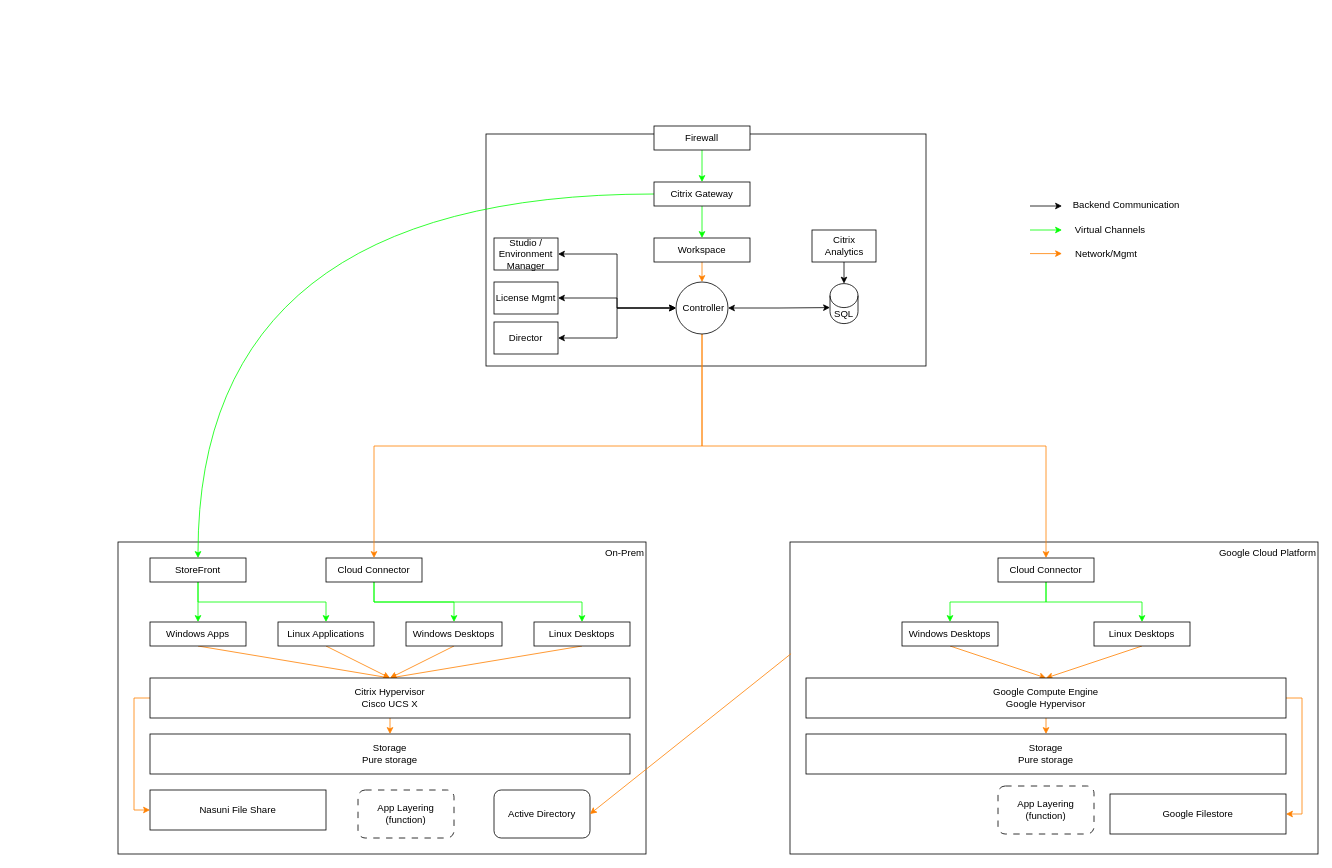
bpayt2/temp keeps this draw.io diagram as page "Ctrix DaaS High Level" (2 of 2) of images/compute.drawio. Above is the earlier version. Source tidied: cells renumbered, new cells numbered last; positions are measured from the earlier drawing's top-left corner, leaving out a move shared by most shapes. Both pictures are drawn from the tidied source at 80%, with x=0, y=0 at pixel (118, 126).
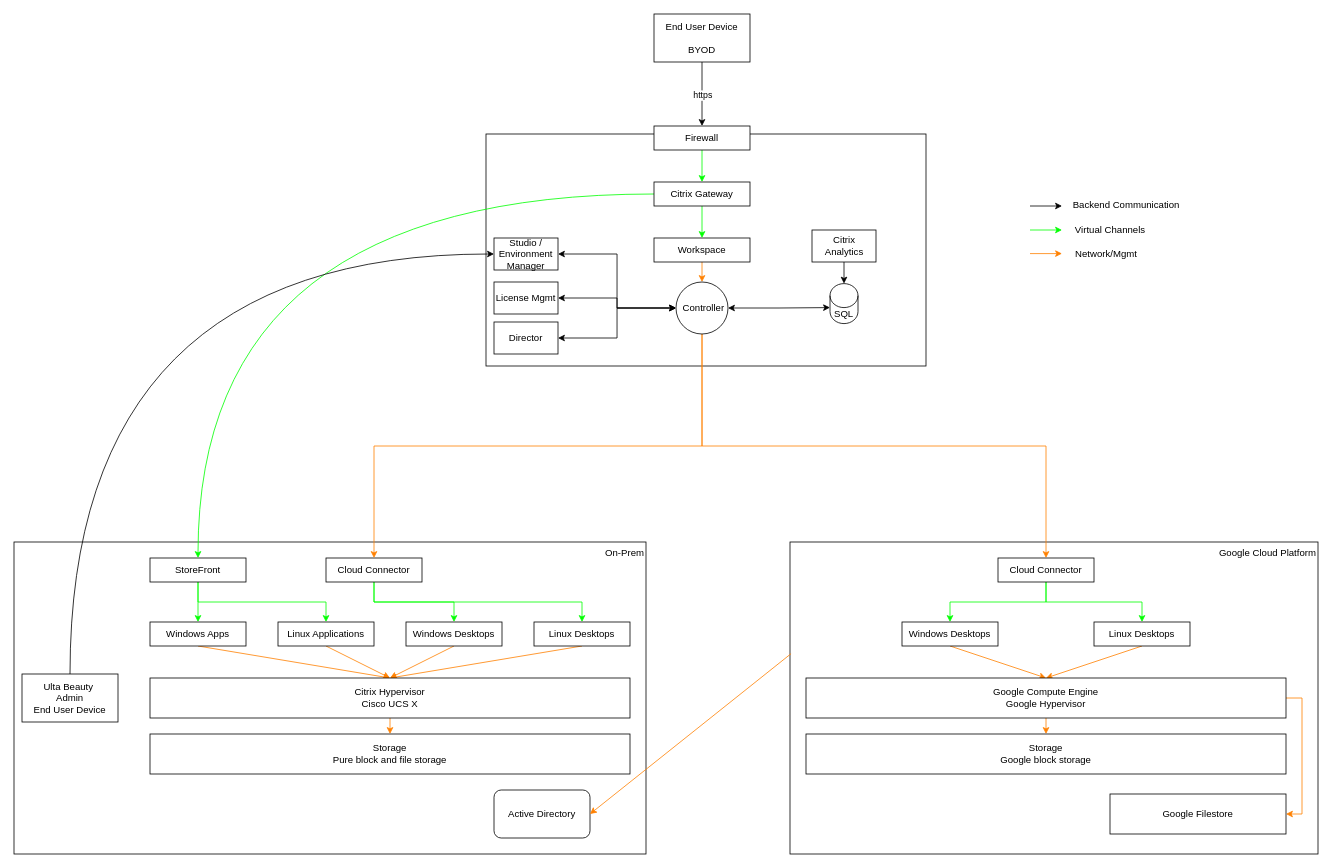
The same diagram, later.

The change refers to these unchanged cells:
```xml
<mxCell id="6" value="Firewall" style="rounded=0;whiteSpace=wrap;html=1;" parent="1" vertex="1">
  <mxGeometry x="670" width="120" height="30" as="geometry" />
</mxCell>
<mxCell id="23" value="Studio / Environment Manager" style="rounded=0;whiteSpace=wrap;html=1;" parent="1" vertex="1">
  <mxGeometry x="470" y="140" width="80" height="40" as="geometry" />
</mxCell>
<mxCell id="47" value="Citrix Hypervisor&lt;div&gt;Cisco UCS X&lt;/div&gt;" style="rounded=0;whiteSpace=wrap;html=1;" parent="1" vertex="1">
  <mxGeometry x="40" y="690" width="600" height="50" as="geometry" />
</mxCell>
```

The edit, as a diff of the source:
```diff
@@
     <mxCell id="3" value="On-Prem" style="rounded=0;whiteSpace=wrap;html=1;align=right;verticalAlign=top;" parent="1" vertex="1">
-      <mxGeometry y="520" width="660" height="390" as="geometry" />
+      <mxGeometry x="-130" y="520" width="790" height="390" as="geometry" />
     </mxCell>
@@
-    <mxCell id="46" style="edgeStyle=orthogonalEdgeStyle;rounded=0;jettySize=auto;html=1;exitX=0;exitY=0.5;exitDx=0;exitDy=0;entryX=0;entryY=0.5;entryDx=0;entryDy=0;strokeColor=#FF8000;" parent="1" edge="1" source="47" target="54">
-      <mxGeometry relative="1" as="geometry" />
-    </mxCell>
@@
-    <mxCell id="48" value="Storage&lt;div&gt;Pure storage&lt;/div&gt;" style="rounded=0;whiteSpace=wrap;html=1;" parent="1" vertex="1">
+    <mxCell id="48" value="Storage&lt;div&gt;Pure block and file storage&lt;/div&gt;" style="rounded=0;whiteSpace=wrap;html=1;" parent="1" vertex="1">
       <mxGeometry x="40" y="760" width="600" height="50" as="geometry" />
     </mxCell>
@@
-    <mxCell id="50" value="App Layering&lt;div&gt;(function)&lt;/div&gt;" style="rounded=1;whiteSpace=wrap;html=1;dashed=1;dashPattern=8 8;" parent="1" vertex="1">
-      <mxGeometry x="300" y="830" width="120" height="60" as="geometry" />
-    </mxCell>
@@
-    <mxCell id="54" value="Nasuni File Share" style="rounded=0;whiteSpace=wrap;html=1;" parent="1" vertex="1">
-      <mxGeometry x="40" y="830" width="220" height="50" as="geometry" />
-    </mxCell>
@@
-    <mxCell id="62" value="Storage&lt;div&gt;Pure storage&lt;/div&gt;" style="rounded=0;whiteSpace=wrap;html=1;" parent="1" vertex="1">
+    <mxCell id="62" value="Storage&lt;div&gt;Google block storage&lt;/div&gt;" style="rounded=0;whiteSpace=wrap;html=1;" parent="1" vertex="1">
       <mxGeometry x="860" y="760" width="600" height="50" as="geometry" />
     </mxCell>
@@
-    <mxCell id="64" value="App Layering&lt;div&gt;(function)&lt;/div&gt;" style="rounded=1;whiteSpace=wrap;html=1;dashed=1;dashPattern=8 8;" parent="1" vertex="1">
-      <mxGeometry x="1100" y="825" width="120" height="60" as="geometry" />
-    </mxCell>
@@
+    <mxCell id="66" style="edgeStyle=orthogonalEdgeStyle;rounded=0;jettySize=auto;html=1;exitX=0.5;exitY=1;exitDx=0;exitDy=0;entryX=0.5;entryY=0;entryDx=0;entryDy=0;" parent="1" edge="1" source="68" target="6">
+      <mxGeometry relative="1" as="geometry" />
+    </mxCell>
+    <mxCell id="67" value="https" style="edgeLabel;html=1;align=center;verticalAlign=middle;" parent="66" vertex="1">
+      <mxGeometry x="0.03" y="-4" relative="1" as="geometry">
+        <mxPoint x="4" as="offset" />
+      </mxGeometry>
+    </mxCell>
+    <mxCell id="68" value="End User Device&lt;div&gt;&lt;br&gt;&lt;div&gt;BYOD&lt;/div&gt;&lt;/div&gt;" style="rounded=0;whiteSpace=wrap;html=1;" parent="1" vertex="1">
+      <mxGeometry x="670" y="-140" width="120" height="60" as="geometry" />
+    </mxCell>
+    <mxCell id="69" style="edgeStyle=orthogonalEdgeStyle;rounded=0;jettySize=auto;html=1;exitX=0.5;exitY=0;exitDx=0;exitDy=0;entryX=0;entryY=0.5;entryDx=0;entryDy=0;curved=1;" parent="1" edge="1" source="70" target="23">
+      <mxGeometry relative="1" as="geometry" />
+    </mxCell>
+    <mxCell id="70" value="Ulta Beauty&amp;nbsp;&lt;div&gt;Admin&lt;/div&gt;&lt;div&gt;End User Device&lt;/div&gt;" style="rounded=0;whiteSpace=wrap;html=1;" parent="1" vertex="1">
+      <mxGeometry x="-120" y="685" width="120" height="60" as="geometry" />
+    </mxCell>
```
